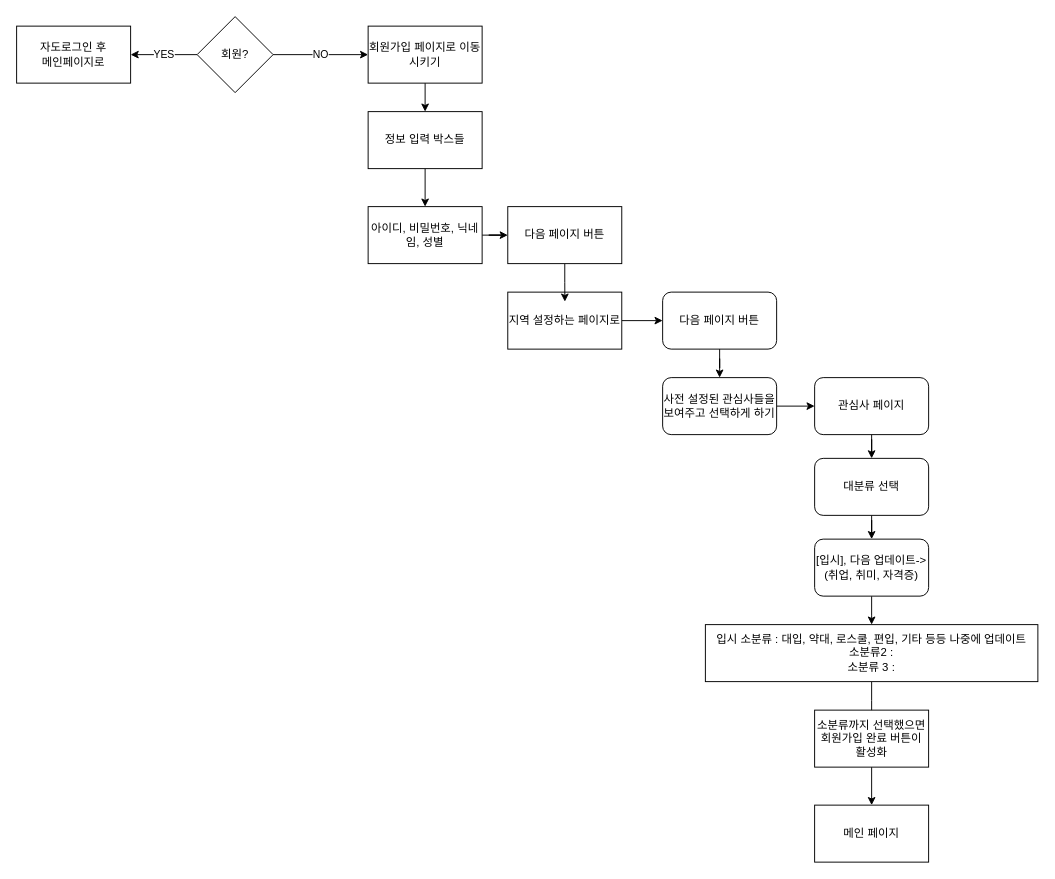
This is page "앱을 처음 킬 때" (1 of 2) of Untitled Diagram.drawio from vacu9708/vacu9708, a draw.io file, before an edit. Source tidied: cells renumbered, new cells numbered last; positions are measured from the earlier drawing's top-left corner, leaving out a move shared by most shapes. Both pictures are drawn from the tidied source at 95%, with x=0, y=0 at pixel (16, 16).
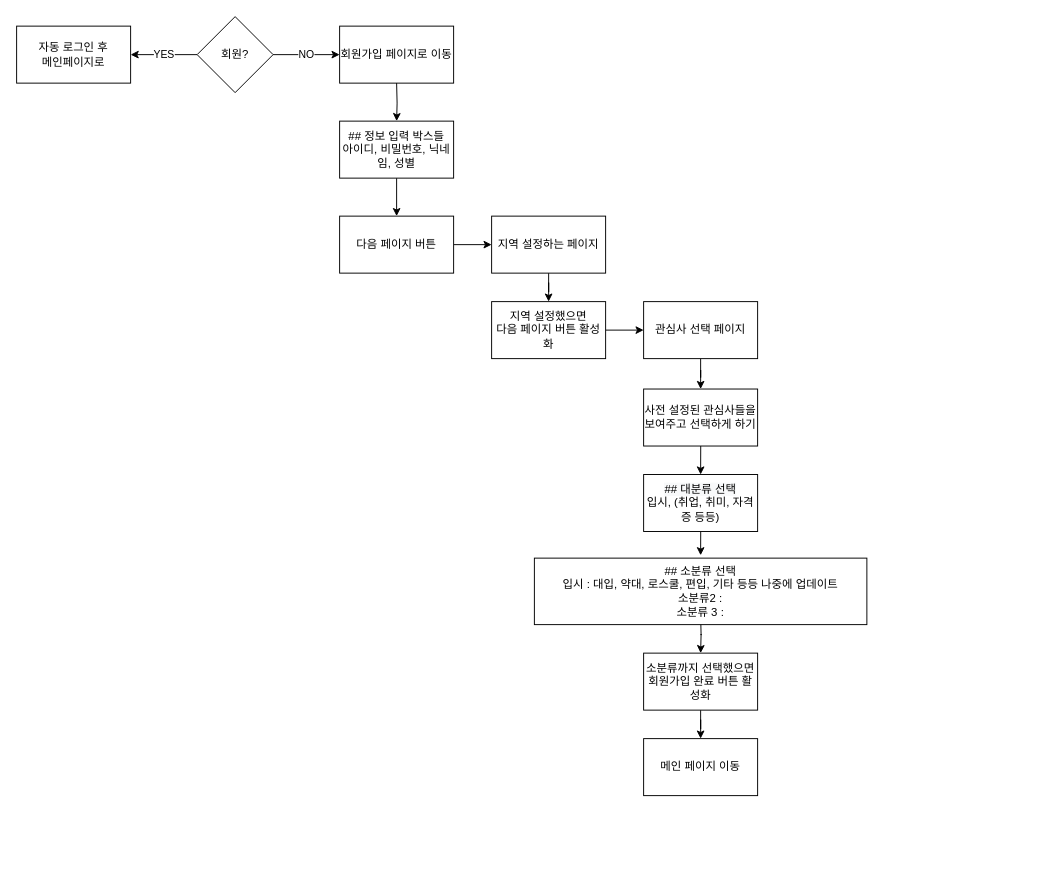
Above is the later version.

What changed in the source:
```diff
@@
-    <mxCell id="5" value="자도로그인 후 &lt;br&gt;메인페이지로" style="whiteSpace=wrap;html=1;" parent="1" vertex="1">
+    <mxCell id="5" value="자동 로그인 후 &lt;br&gt;메인페이지로" style="whiteSpace=wrap;html=1;" parent="1" vertex="1">
       <mxGeometry y="10" width="120" height="60" as="geometry" />
     </mxCell>
-    <mxCell id="6" style="edgeStyle=orthogonalEdgeStyle;rounded=0;jettySize=auto;html=1;" parent="1" edge="1" source="7" target="9">
-      <mxGeometry relative="1" as="geometry">
-        <Array as="points">
-          <mxPoint x="430" y="100" />
-          <mxPoint x="430" y="100" />
-        </Array>
-      </mxGeometry>
-    </mxCell>
-    <mxCell id="7" value="회원가입 페이지로 이동시키기" style="whiteSpace=wrap;html=1;" parent="1" vertex="1">
-      <mxGeometry x="370" y="10" width="120" height="60" as="geometry" />
+    <mxCell id="7" value="회원가입 페이지로 이동" style="whiteSpace=wrap;html=1;" parent="1" vertex="1">
+      <mxGeometry x="340" y="10" width="120" height="60" as="geometry" />
     </mxCell>
-    <mxCell id="8" style="edgeStyle=orthogonalEdgeStyle;rounded=0;jettySize=auto;html=1;" parent="1" edge="1" source="9" target="11">
-      <mxGeometry relative="1" as="geometry" />
+    <mxCell id="8" style="edgeStyle=orthogonalEdgeStyle;rounded=0;jettySize=auto;html=1;" parent="1" edge="1" target="11">
+      <mxGeometry relative="1" as="geometry">
+        <mxPoint x="400" y="70" as="sourcePoint" />
+      </mxGeometry>
     </mxCell>
-    <mxCell id="9" value="정보 입력 박스들" style="whiteSpace=wrap;html=1;" parent="1" vertex="1">
-      <mxGeometry x="370" y="100" width="120" height="60" as="geometry" />
-    </mxCell>
@@
-    <mxCell id="11" value="아이디, 비밀번호, 닉네임, 성별" style="whiteSpace=wrap;html=1;" parent="1" vertex="1">
-      <mxGeometry x="370" y="200" width="120" height="60" as="geometry" />
+    <mxCell id="11" value="## 정보 입력 박스들&lt;br&gt;아이디, 비밀번호, 닉네임, 성별" style="whiteSpace=wrap;html=1;" parent="1" vertex="1">
+      <mxGeometry x="340" y="110" width="120" height="60" as="geometry" />
     </mxCell>
-    <mxCell id="12" style="edgeStyle=orthogonalEdgeStyle;rounded=0;jettySize=auto;html=1;" parent="1" edge="1" source="13" target="17">
-      <mxGeometry relative="1" as="geometry" />
-    </mxCell>
+    <mxCell id="31" style="edgeStyle=orthogonalEdgeStyle;rounded=0;jettySize=auto;html=1;" parent="1" edge="1" source="13" target="34">
+      <mxGeometry relative="1" as="geometry" />
+    </mxCell>
-    <mxCell id="13" value="지역 설정하는 페이지로" style="whiteSpace=wrap;html=1;" parent="1" vertex="1">
-      <mxGeometry x="517" y="290" width="120" height="60" as="geometry" />
+    <mxCell id="13" value="지역 설정하는 페이지" style="whiteSpace=wrap;html=1;" parent="1" vertex="1">
+      <mxGeometry x="500" y="210" width="120" height="60" as="geometry" />
     </mxCell>
-    <mxCell id="14" style="edgeStyle=orthogonalEdgeStyle;rounded=0;jettySize=auto;html=1;" parent="1" edge="1" source="15">
-      <mxGeometry relative="1" as="geometry">
-        <mxPoint x="577.1" y="300" as="targetPoint" />
-      </mxGeometry>
-    </mxCell>
+    <mxCell id="32" style="edgeStyle=orthogonalEdgeStyle;rounded=0;jettySize=auto;html=1;" parent="1" edge="1" source="15" target="13">
+      <mxGeometry relative="1" as="geometry" />
+    </mxCell>
     <mxCell id="15" value="다음 페이지 버튼" style="whiteSpace=wrap;html=1;" parent="1" vertex="1">
-      <mxGeometry x="517" y="200" width="120" height="60" as="geometry" />
+      <mxGeometry x="340" y="210" width="120" height="60" as="geometry" />
     </mxCell>
-    <mxCell id="16" style="edgeStyle=orthogonalEdgeStyle;rounded=0;jettySize=auto;html=1;" parent="1" edge="1" source="17" target="19">
-      <mxGeometry relative="1" as="geometry" />
-    </mxCell>
-    <mxCell id="17" value="다음 페이지 버튼" style="rounded=1;whiteSpace=wrap;html=1;" parent="1" vertex="1">
-      <mxGeometry x="680" y="290" width="120" height="60" as="geometry" />
-    </mxCell>
-    <mxCell id="18" style="edgeStyle=orthogonalEdgeStyle;rounded=0;jettySize=auto;html=1;" parent="1" edge="1" source="19" target="21">
-      <mxGeometry relative="1" as="geometry" />
-    </mxCell>
-    <mxCell id="19" value="사전 설정된 관심사들을 보여주고 선택하게 하기" style="rounded=1;whiteSpace=wrap;html=1;" parent="1" vertex="1">
-      <mxGeometry x="680" y="380" width="120" height="60" as="geometry" />
-    </mxCell>
-    <mxCell id="20" style="edgeStyle=orthogonalEdgeStyle;rounded=0;jettySize=auto;html=1;" parent="1" edge="1" source="21" target="23">
-      <mxGeometry relative="1" as="geometry" />
+    <mxCell id="20" style="edgeStyle=orthogonalEdgeStyle;rounded=0;jettySize=auto;html=1;entryX=0.5;entryY=0;entryDx=0;entryDy=0;entryPerimeter=0;" parent="1" edge="1" target="37">
+      <mxGeometry relative="1" as="geometry">
+        <mxPoint x="720.1" y="452" as="sourcePoint" />
+      </mxGeometry>
     </mxCell>
-    <mxCell id="21" value="관심사 페이지" style="whiteSpace=wrap;html=1;rounded=1;" parent="1" vertex="1">
-      <mxGeometry x="840" y="380" width="120" height="60" as="geometry" />
-    </mxCell>
-    <mxCell id="22" style="edgeStyle=orthogonalEdgeStyle;rounded=0;jettySize=auto;html=1;" parent="1" edge="1" source="23" target="25">
-      <mxGeometry relative="1" as="geometry" />
+    <mxCell id="22" style="edgeStyle=orthogonalEdgeStyle;rounded=0;orthogonalLoop=1;jettySize=auto;html=1;entryX=0.5;entryY=0;entryDx=0;entryDy=0;" parent="1" edge="1">
+      <mxGeometry relative="1" as="geometry">
+        <mxPoint x="720.1" y="537" as="sourcePoint" />
+        <mxPoint x="720" y="567" as="targetPoint" />
+      </mxGeometry>
     </mxCell>
-    <mxCell id="23" value="대분류 선택" style="whiteSpace=wrap;html=1;rounded=1;" parent="1" vertex="1">
-      <mxGeometry x="840" y="465" width="120" height="60" as="geometry" />
-    </mxCell>
-    <mxCell id="24" style="edgeStyle=orthogonalEdgeStyle;rounded=0;jettySize=auto;html=1;" parent="1" edge="1" source="25">
-      <mxGeometry relative="1" as="geometry">
-        <mxPoint x="900" y="640" as="targetPoint" />
-      </mxGeometry>
-    </mxCell>
-    <mxCell id="25" value="[입시], 다음 업데이트-&amp;gt; (취업, 취미, 자격증)" style="whiteSpace=wrap;html=1;rounded=1;" parent="1" vertex="1">
-      <mxGeometry x="840" y="550" width="120" height="60" as="geometry" />
-    </mxCell>
-    <mxCell id="26" style="edgeStyle=orthogonalEdgeStyle;rounded=0;jettySize=auto;html=1;" parent="1" edge="1" source="27">
+    <mxCell id="26" style="edgeStyle=orthogonalEdgeStyle;rounded=0;orthogonalLoop=1;jettySize=auto;html=1;" parent="1" edge="1">
       <mxGeometry relative="1" as="geometry">
-        <mxPoint x="900" y="740" as="targetPoint" />
+        <mxPoint x="720" y="630" as="sourcePoint" />
+        <mxPoint x="720" y="670" as="targetPoint" />
       </mxGeometry>
     </mxCell>
-    <mxCell id="27" value="입시 소분류 : 대입, 약대, 로스쿨, 편입, 기타 등등 나중에 업데이트&lt;br&gt;소분류2 :&lt;br&gt;소분류 3 :" style="rounded=0;whiteSpace=wrap;html=1;" parent="1" vertex="1">
-      <mxGeometry x="725" y="640" width="350" height="60" as="geometry" />
+    <mxCell id="27" value="## 소분류 선택&lt;br&gt;입시 : 대입, 약대, 로스쿨, 편입, 기타 등등 나중에 업데이트&lt;br&gt;소분류2 :&lt;br&gt;소분류 3 :" style="rounded=0;whiteSpace=wrap;html=1;" parent="1" vertex="1">
+      <mxGeometry x="545" y="570" width="350" height="70" as="geometry" />
     </mxCell>
@@
-    <mxCell id="29" value="소분류까지 선택했으면 회원가입 완료 버튼이 활성화" style="whiteSpace=wrap;html=1;rounded=0;" parent="1" vertex="1">
-      <mxGeometry x="840" y="730" width="120" height="60" as="geometry" />
+    <mxCell id="29" value="소분류까지 선택했으면 회원가입 완료 버튼 활성화" style="whiteSpace=wrap;html=1;rounded=0;" parent="1" vertex="1">
+      <mxGeometry x="660" y="670" width="120" height="60" as="geometry" />
     </mxCell>
-    <mxCell id="30" value="메인 페이지" style="whiteSpace=wrap;html=1;rounded=0;" parent="1" vertex="1">
-      <mxGeometry x="840" y="830" width="120" height="60" as="geometry" />
+    <mxCell id="30" value="메인 페이지 이동" style="whiteSpace=wrap;html=1;rounded=0;" parent="1" vertex="1">
+      <mxGeometry x="660" y="760" width="120" height="60" as="geometry" />
     </mxCell>
+    <mxCell id="33" style="edgeStyle=orthogonalEdgeStyle;rounded=0;jettySize=auto;html=1;" parent="1" edge="1" source="34" target="36">
+      <mxGeometry relative="1" as="geometry" />
+    </mxCell>
+    <mxCell id="34" value="지역 설정했으면&lt;br&gt;다음 페이지 버튼 활성화" style="rounded=0;whiteSpace=wrap;html=1;" parent="1" vertex="1">
+      <mxGeometry x="500" y="300" width="120" height="60" as="geometry" />
+    </mxCell>
+    <mxCell id="19" value="사전 설정된 관심사들을 보여주고 선택하게 하기" style="rounded=0;whiteSpace=wrap;html=1;" parent="1" vertex="1">
+      <mxGeometry x="660" y="392" width="120" height="60" as="geometry" />
+    </mxCell>
+    <mxCell id="35" style="edgeStyle=orthogonalEdgeStyle;rounded=0;jettySize=auto;html=1;" parent="1" edge="1" source="36" target="19">
+      <mxGeometry relative="1" as="geometry" />
+    </mxCell>
+    <mxCell id="36" value="관심사 선택 페이지" style="rounded=0;whiteSpace=wrap;html=1;" parent="1" vertex="1">
+      <mxGeometry x="660" y="300" width="120" height="60" as="geometry" />
+    </mxCell>
+    <mxCell id="37" value="&lt;span style=&quot;color: rgb(0, 0, 0); font-family: Helvetica; font-size: 12px; font-style: normal; font-variant-ligatures: normal; font-variant-caps: normal; font-weight: 400; letter-spacing: normal; orphans: 2; text-align: center; text-indent: 0px; text-transform: none; widows: 2; word-spacing: 0px; -webkit-text-stroke-width: 0px; background-color: rgb(248, 249, 250); text-decoration-thickness: initial; text-decoration-style: initial; text-decoration-color: initial; float: none; display: inline !important;&quot;&gt;## 대분류 선택&lt;/span&gt;&lt;br&gt;입시, (취업, 취미, 자격증 등등)" style="rounded=0;whiteSpace=wrap;html=1;" parent="1" vertex="1">
+      <mxGeometry x="660" y="482" width="120" height="60" as="geometry" />
+    </mxCell>
```
